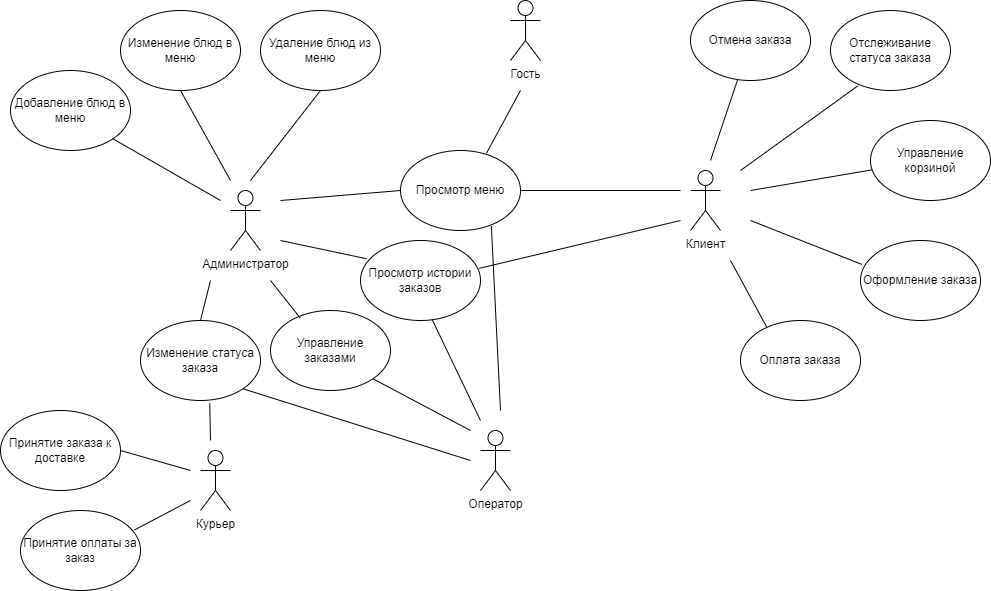
Camikadzeprof/CW-serv keeps this draw.io diagram as usecase.png. Above is the earlier version. Source tidied: cells renumbered, new cells last; positions are measured from the earlier drawing's top-left corner, leaving out a move shared by most shapes. The source it was exported from:
```xml
<mxGraphModel>
  <root>
    <mxCell id="0" />
    <mxCell id="1" parent="0" />
    <mxCell id="2" value="Администратор" style="shape=umlActor;verticalLabelPosition=bottom;verticalAlign=top;html=1;" parent="1" vertex="1">
      <mxGeometry x="230" y="190" width="30" height="60" as="geometry" />
    </mxCell>
    <mxCell id="3" value="Просмотр истории заказов" style="ellipse;whiteSpace=wrap;html=1;" parent="1" vertex="1">
      <mxGeometry x="360" y="240" width="120" height="80" as="geometry" />
    </mxCell>
    <mxCell id="4" value="Добавление блюд в меню" style="ellipse;whiteSpace=wrap;html=1;" parent="1" vertex="1">
      <mxGeometry x="10" y="70" width="120" height="80" as="geometry" />
    </mxCell>
    <mxCell id="5" value="Изменение блюд в меню" style="ellipse;whiteSpace=wrap;html=1;" parent="1" vertex="1">
      <mxGeometry x="120" y="10" width="120" height="80" as="geometry" />
    </mxCell>
    <mxCell id="6" value="Удаление блюд из меню" style="ellipse;whiteSpace=wrap;html=1;" parent="1" vertex="1">
      <mxGeometry x="260" y="10" width="120" height="80" as="geometry" />
    </mxCell>
    <mxCell id="7" value="Управление заказами" style="ellipse;whiteSpace=wrap;html=1;" parent="1" vertex="1">
      <mxGeometry x="270" y="310" width="120" height="80" as="geometry" />
    </mxCell>
    <mxCell id="8" value="Изменение статуса заказа" style="ellipse;whiteSpace=wrap;html=1;" parent="1" vertex="1">
      <mxGeometry x="140" y="320" width="120" height="80" as="geometry" />
    </mxCell>
    <mxCell id="9" value="Просмотр меню" style="ellipse;whiteSpace=wrap;html=1;" parent="1" vertex="1">
      <mxGeometry x="400" y="150" width="120" height="80" as="geometry" />
    </mxCell>
    <mxCell id="10" value="Принятие заказа к доставке" style="ellipse;whiteSpace=wrap;html=1;" parent="1" vertex="1">
      <mxGeometry y="410" width="120" height="80" as="geometry" />
    </mxCell>
    <mxCell id="11" value="Отмена заказа" style="ellipse;whiteSpace=wrap;html=1;" parent="1" vertex="1">
      <mxGeometry x="690" width="120" height="80" as="geometry" />
    </mxCell>
    <mxCell id="12" value="Отслеживание статуса заказа" style="ellipse;whiteSpace=wrap;html=1;" parent="1" vertex="1">
      <mxGeometry x="830" y="10" width="120" height="80" as="geometry" />
    </mxCell>
    <mxCell id="13" style="endArrow=none;html=1;rounded=0;entryX=1;entryY=1;entryDx=0;entryDy=0;" parent="1" edge="1" target="4">
      <mxGeometry relative="1" as="geometry">
        <mxPoint x="220" y="200" as="sourcePoint" />
      </mxGeometry>
    </mxCell>
    <mxCell id="14" style="endArrow=none;html=1;rounded=0;exitX=0.5;exitY=1;exitDx=0;exitDy=0;" parent="1" edge="1" source="5">
      <mxGeometry relative="1" as="geometry">
        <mxPoint x="230" y="180" as="targetPoint" />
      </mxGeometry>
    </mxCell>
    <mxCell id="15" style="endArrow=none;html=1;rounded=0;entryX=0.5;entryY=1;entryDx=0;entryDy=0;" parent="1" edge="1" target="6">
      <mxGeometry relative="1" as="geometry">
        <mxPoint x="250" y="180" as="sourcePoint" />
      </mxGeometry>
    </mxCell>
    <mxCell id="16" style="endArrow=none;html=1;rounded=0;entryX=0;entryY=0.5;entryDx=0;entryDy=0;" parent="1" edge="1" target="9">
      <mxGeometry relative="1" as="geometry">
        <mxPoint x="280" y="200" as="sourcePoint" />
      </mxGeometry>
    </mxCell>
    <mxCell id="17" style="endArrow=none;html=1;rounded=0;entryX=0.05;entryY=0.228;entryDx=0;entryDy=0;entryPerimeter=0;" parent="1" edge="1" target="3">
      <mxGeometry relative="1" as="geometry">
        <mxPoint x="280" y="240" as="sourcePoint" />
      </mxGeometry>
    </mxCell>
    <mxCell id="18" style="endArrow=none;html=1;rounded=0;exitX=0.247;exitY=0.093;exitDx=0;exitDy=0;exitPerimeter=0;" parent="1" edge="1" source="7">
      <mxGeometry relative="1" as="geometry">
        <mxPoint x="270" y="280" as="targetPoint" />
      </mxGeometry>
    </mxCell>
    <mxCell id="19" style="endArrow=none;html=1;rounded=0;entryX=0.5;entryY=0;entryDx=0;entryDy=0;" parent="1" edge="1" target="8">
      <mxGeometry relative="1" as="geometry">
        <mxPoint x="210" y="280" as="sourcePoint" />
      </mxGeometry>
    </mxCell>
    <mxCell id="20" value="Курьер" style="shape=umlActor;verticalLabelPosition=bottom;verticalAlign=top;html=1;" parent="1" vertex="1">
      <mxGeometry x="200" y="450" width="30" height="60" as="geometry" />
    </mxCell>
    <mxCell id="21" value="Принятие оплаты за заказ" style="ellipse;whiteSpace=wrap;html=1;" parent="1" vertex="1">
      <mxGeometry x="20" y="510" width="120" height="80" as="geometry" />
    </mxCell>
    <mxCell id="22" style="endArrow=none;html=1;rounded=0;entryX=0.577;entryY=1.038;entryDx=0;entryDy=0;entryPerimeter=0;" parent="1" edge="1" target="8">
      <mxGeometry relative="1" as="geometry">
        <mxPoint x="210" y="440" as="sourcePoint" />
      </mxGeometry>
    </mxCell>
    <mxCell id="23" style="endArrow=none;html=1;rounded=0;exitX=1;exitY=0.5;exitDx=0;exitDy=0;" parent="1" edge="1" source="10">
      <mxGeometry relative="1" as="geometry">
        <mxPoint x="190" y="470" as="targetPoint" />
      </mxGeometry>
    </mxCell>
    <mxCell id="24" style="endArrow=none;html=1;rounded=0;exitX=0.95;exitY=0.243;exitDx=0;exitDy=0;exitPerimeter=0;" parent="1" edge="1" source="21">
      <mxGeometry relative="1" as="geometry">
        <mxPoint x="190" y="500" as="targetPoint" />
      </mxGeometry>
    </mxCell>
    <mxCell id="25" value="Оператор" style="shape=umlActor;verticalLabelPosition=bottom;verticalAlign=top;html=1;" parent="1" vertex="1">
      <mxGeometry x="480" y="430" width="30" height="60" as="geometry" />
    </mxCell>
    <mxCell id="26" style="endArrow=none;html=1;rounded=0;exitX=1;exitY=1;exitDx=0;exitDy=0;" parent="1" edge="1" source="8">
      <mxGeometry relative="1" as="geometry">
        <mxPoint x="470" y="460" as="targetPoint" />
      </mxGeometry>
    </mxCell>
    <mxCell id="27" style="endArrow=none;html=1;rounded=0;entryX=1;entryY=1;entryDx=0;entryDy=0;" parent="1" edge="1" target="7">
      <mxGeometry relative="1" as="geometry">
        <mxPoint x="470" y="430" as="sourcePoint" />
      </mxGeometry>
    </mxCell>
    <mxCell id="28" style="endArrow=none;html=1;rounded=0;entryX=0.597;entryY=0.988;entryDx=0;entryDy=0;entryPerimeter=0;" parent="1" edge="1" target="3">
      <mxGeometry relative="1" as="geometry">
        <mxPoint x="480" y="420" as="sourcePoint" />
      </mxGeometry>
    </mxCell>
    <mxCell id="29" style="endArrow=none;html=1;rounded=0;entryX=0.757;entryY=0.942;entryDx=0;entryDy=0;entryPerimeter=0;" parent="1" edge="1" target="9">
      <mxGeometry relative="1" as="geometry">
        <mxPoint x="500" y="410" as="sourcePoint" />
      </mxGeometry>
    </mxCell>
    <mxCell id="30" value="Клиент" style="shape=umlActor;verticalLabelPosition=bottom;verticalAlign=top;html=1;" parent="1" vertex="1">
      <mxGeometry x="690" y="170" width="30" height="60" as="geometry" />
    </mxCell>
    <mxCell id="31" value="Управление корзиной" style="ellipse;whiteSpace=wrap;html=1;" parent="1" vertex="1">
      <mxGeometry x="870" y="120" width="120" height="80" as="geometry" />
    </mxCell>
    <mxCell id="32" value="Оформление заказа" style="ellipse;whiteSpace=wrap;html=1;" parent="1" vertex="1">
      <mxGeometry x="860" y="240" width="120" height="80" as="geometry" />
    </mxCell>
    <mxCell id="33" value="Оплата заказа" style="ellipse;whiteSpace=wrap;html=1;" parent="1" vertex="1">
      <mxGeometry x="740" y="320" width="120" height="80" as="geometry" />
    </mxCell>
    <mxCell id="34" style="endArrow=none;html=1;rounded=0;entryX=0.393;entryY=0.988;entryDx=0;entryDy=0;entryPerimeter=0;" parent="1" edge="1" target="11">
      <mxGeometry relative="1" as="geometry">
        <mxPoint x="710" y="160" as="sourcePoint" />
      </mxGeometry>
    </mxCell>
    <mxCell id="35" style="endArrow=none;html=1;rounded=0;entryX=0.227;entryY=0.943;entryDx=0;entryDy=0;entryPerimeter=0;" parent="1" edge="1" target="12">
      <mxGeometry relative="1" as="geometry">
        <mxPoint x="740" y="170" as="sourcePoint" />
      </mxGeometry>
    </mxCell>
    <mxCell id="36" style="endArrow=none;html=1;rounded=0;entryX=0.013;entryY=0.617;entryDx=0;entryDy=0;entryPerimeter=0;" parent="1" edge="1" target="31">
      <mxGeometry relative="1" as="geometry">
        <mxPoint x="750" y="190" as="sourcePoint" />
      </mxGeometry>
    </mxCell>
    <mxCell id="37" style="endArrow=none;html=1;rounded=0;entryX=0.01;entryY=0.298;entryDx=0;entryDy=0;entryPerimeter=0;" parent="1" edge="1" target="32">
      <mxGeometry relative="1" as="geometry">
        <mxPoint x="750" y="220" as="sourcePoint" />
      </mxGeometry>
    </mxCell>
    <mxCell id="38" style="endArrow=none;html=1;rounded=0;entryX=0.217;entryY=0.078;entryDx=0;entryDy=0;entryPerimeter=0;" parent="1" edge="1" target="33">
      <mxGeometry relative="1" as="geometry">
        <mxPoint x="730" y="260" as="sourcePoint" />
      </mxGeometry>
    </mxCell>
    <mxCell id="39" value="Гость" style="shape=umlActor;verticalLabelPosition=bottom;verticalAlign=top;html=1;" parent="1" vertex="1">
      <mxGeometry x="510" width="30" height="60" as="geometry" />
    </mxCell>
    <mxCell id="40" style="endArrow=none;html=1;rounded=0;exitX=0.717;exitY=0.033;exitDx=0;exitDy=0;exitPerimeter=0;" parent="1" edge="1" source="9">
      <mxGeometry relative="1" as="geometry">
        <mxPoint x="520" y="90" as="targetPoint" />
      </mxGeometry>
    </mxCell>
    <mxCell id="41" style="endArrow=none;html=1;rounded=0;exitX=1;exitY=0.5;exitDx=0;exitDy=0;" parent="1" edge="1" source="9">
      <mxGeometry relative="1" as="geometry">
        <mxPoint x="680" y="190" as="targetPoint" />
      </mxGeometry>
    </mxCell>
    <mxCell id="42" style="endArrow=none;html=1;rounded=0;exitX=0.99;exitY=0.348;exitDx=0;exitDy=0;exitPerimeter=0;" parent="1" edge="1" source="3">
      <mxGeometry relative="1" as="geometry">
        <mxPoint x="680" y="220" as="targetPoint" />
      </mxGeometry>
    </mxCell>
  </root>
</mxGraphModel>
```
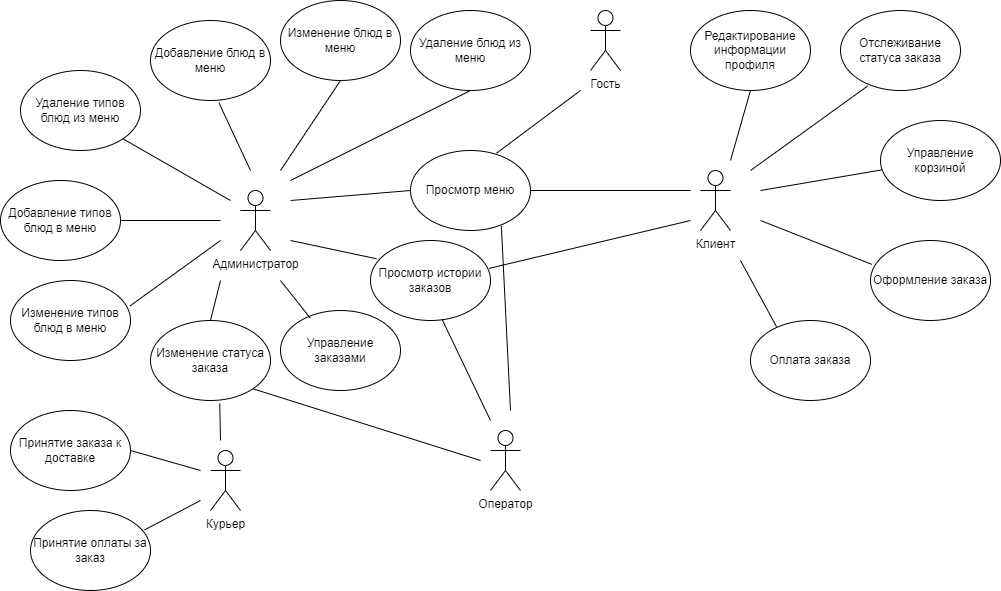
The same diagram one commit later.

Change to the diagram source:
```diff
@@ -8,14 +8,14 @@
     <mxCell id="3" value="Просмотр истории заказов" style="ellipse;whiteSpace=wrap;html=1;" parent="1" vertex="1">
       <mxGeometry x="360" y="240" width="120" height="80" as="geometry" />
     </mxCell>
-    <mxCell id="4" value="Добавление блюд в меню" style="ellipse;whiteSpace=wrap;html=1;" parent="1" vertex="1">
+    <mxCell id="4" value="Удаление типов блюд из меню" style="ellipse;whiteSpace=wrap;html=1;" parent="1" vertex="1">
       <mxGeometry x="10" y="70" width="120" height="80" as="geometry" />
     </mxCell>
     <mxCell id="5" value="Изменение блюд в меню" style="ellipse;whiteSpace=wrap;html=1;" parent="1" vertex="1">
-      <mxGeometry x="120" y="10" width="120" height="80" as="geometry" />
+      <mxGeometry x="270" width="120" height="80" as="geometry" />
     </mxCell>
     <mxCell id="6" value="Удаление блюд из меню" style="ellipse;whiteSpace=wrap;html=1;" parent="1" vertex="1">
-      <mxGeometry x="260" y="10" width="120" height="80" as="geometry" />
+      <mxGeometry x="400" y="10" width="120" height="80" as="geometry" />
     </mxCell>
     <mxCell id="7" value="Управление заказами" style="ellipse;whiteSpace=wrap;html=1;" parent="1" vertex="1">
       <mxGeometry x="270" y="310" width="120" height="80" as="geometry" />
@@ -29,9 +29,6 @@
     <mxCell id="10" value="Принятие заказа к доставке" style="ellipse;whiteSpace=wrap;html=1;" parent="1" vertex="1">
       <mxGeometry y="410" width="120" height="80" as="geometry" />
     </mxCell>
-    <mxCell id="11" value="Отмена заказа" style="ellipse;whiteSpace=wrap;html=1;" parent="1" vertex="1">
-      <mxGeometry x="690" width="120" height="80" as="geometry" />
-    </mxCell>
     <mxCell id="12" value="Отслеживание статуса заказа" style="ellipse;whiteSpace=wrap;html=1;" parent="1" vertex="1">
       <mxGeometry x="830" y="10" width="120" height="80" as="geometry" />
     </mxCell>
@@ -42,12 +39,12 @@
     </mxCell>
     <mxCell id="14" style="endArrow=none;html=1;rounded=0;exitX=0.5;exitY=1;exitDx=0;exitDy=0;" parent="1" edge="1" source="5">
       <mxGeometry relative="1" as="geometry">
-        <mxPoint x="230" y="180" as="targetPoint" />
+        <mxPoint x="270" y="170" as="targetPoint" />
       </mxGeometry>
     </mxCell>
     <mxCell id="15" style="endArrow=none;html=1;rounded=0;entryX=0.5;entryY=1;entryDx=0;entryDy=0;" parent="1" edge="1" target="6">
       <mxGeometry relative="1" as="geometry">
-        <mxPoint x="250" y="180" as="sourcePoint" />
+        <mxPoint x="280" y="180" as="sourcePoint" />
       </mxGeometry>
     </mxCell>
     <mxCell id="16" style="endArrow=none;html=1;rounded=0;entryX=0;entryY=0.5;entryDx=0;entryDy=0;" parent="1" edge="1" target="9">
@@ -99,11 +96,6 @@
         <mxPoint x="470" y="460" as="targetPoint" />
       </mxGeometry>
     </mxCell>
-    <mxCell id="27" style="endArrow=none;html=1;rounded=0;entryX=1;entryY=1;entryDx=0;entryDy=0;" parent="1" edge="1" target="7">
-      <mxGeometry relative="1" as="geometry">
-        <mxPoint x="470" y="430" as="sourcePoint" />
-      </mxGeometry>
-    </mxCell>
     <mxCell id="28" style="endArrow=none;html=1;rounded=0;entryX=0.597;entryY=0.988;entryDx=0;entryDy=0;entryPerimeter=0;" parent="1" edge="1" target="3">
       <mxGeometry relative="1" as="geometry">
         <mxPoint x="480" y="420" as="sourcePoint" />
@@ -126,11 +118,6 @@
     <mxCell id="33" value="Оплата заказа" style="ellipse;whiteSpace=wrap;html=1;" parent="1" vertex="1">
       <mxGeometry x="740" y="320" width="120" height="80" as="geometry" />
     </mxCell>
-    <mxCell id="34" style="endArrow=none;html=1;rounded=0;entryX=0.393;entryY=0.988;entryDx=0;entryDy=0;entryPerimeter=0;" parent="1" edge="1" target="11">
-      <mxGeometry relative="1" as="geometry">
-        <mxPoint x="710" y="160" as="sourcePoint" />
-      </mxGeometry>
-    </mxCell>
     <mxCell id="35" style="endArrow=none;html=1;rounded=0;entryX=0.227;entryY=0.943;entryDx=0;entryDy=0;entryPerimeter=0;" parent="1" edge="1" target="12">
       <mxGeometry relative="1" as="geometry">
         <mxPoint x="740" y="170" as="sourcePoint" />
@@ -152,11 +139,11 @@
       </mxGeometry>
     </mxCell>
     <mxCell id="39" value="Гость" style="shape=umlActor;verticalLabelPosition=bottom;verticalAlign=top;html=1;" parent="1" vertex="1">
-      <mxGeometry x="510" width="30" height="60" as="geometry" />
+      <mxGeometry x="580" y="10" width="30" height="60" as="geometry" />
     </mxCell>
     <mxCell id="40" style="endArrow=none;html=1;rounded=0;exitX=0.717;exitY=0.033;exitDx=0;exitDy=0;exitPerimeter=0;" parent="1" edge="1" source="9">
       <mxGeometry relative="1" as="geometry">
-        <mxPoint x="520" y="90" as="targetPoint" />
+        <mxPoint x="570" y="90" as="targetPoint" />
       </mxGeometry>
     </mxCell>
     <mxCell id="41" style="endArrow=none;html=1;rounded=0;exitX=1;exitY=0.5;exitDx=0;exitDy=0;" parent="1" edge="1" source="9">
@@ -169,5 +156,37 @@
         <mxPoint x="680" y="220" as="targetPoint" />
       </mxGeometry>
     </mxCell>
+    <mxCell id="43" value="Добавление типов блюд в меню" style="ellipse;whiteSpace=wrap;html=1;" parent="1" vertex="1">
+      <mxGeometry x="-10" y="180" width="120" height="80" as="geometry" />
+    </mxCell>
+    <mxCell id="44" style="endArrow=none;html=1;rounded=0;exitX=1;exitY=0.5;exitDx=0;exitDy=0;" parent="1" edge="1" source="43">
+      <mxGeometry relative="1" as="geometry">
+        <mxPoint x="210" y="220" as="targetPoint" />
+      </mxGeometry>
+    </mxCell>
+    <mxCell id="45" value="Изменение типов блюд в меню" style="ellipse;whiteSpace=wrap;html=1;" parent="1" vertex="1">
+      <mxGeometry y="280" width="120" height="80" as="geometry" />
+    </mxCell>
+    <mxCell id="46" style="endArrow=none;html=1;rounded=0;exitX=0.997;exitY=0.317;exitDx=0;exitDy=0;exitPerimeter=0;" parent="1" edge="1" source="45">
+      <mxGeometry relative="1" as="geometry">
+        <mxPoint x="210" y="240" as="targetPoint" />
+      </mxGeometry>
+    </mxCell>
+    <mxCell id="47" value="Добавление блюд в меню" style="ellipse;whiteSpace=wrap;html=1;" parent="1" vertex="1">
+      <mxGeometry x="140" y="20" width="120" height="80" as="geometry" />
+    </mxCell>
+    <mxCell id="48" style="endArrow=none;html=1;rounded=0;entryX=0.57;entryY=1.028;entryDx=0;entryDy=0;entryPerimeter=0;" parent="1" edge="1" target="47">
+      <mxGeometry relative="1" as="geometry">
+        <mxPoint x="240" y="170" as="sourcePoint" />
+      </mxGeometry>
+    </mxCell>
+    <mxCell id="49" value="Редактирование информации профиля" style="ellipse;whiteSpace=wrap;html=1;" parent="1" vertex="1">
+      <mxGeometry x="680" y="10" width="120" height="80" as="geometry" />
+    </mxCell>
+    <mxCell id="50" style="endArrow=none;html=1;rounded=0;entryX=0.5;entryY=1;entryDx=0;entryDy=0;" parent="1" edge="1" target="49">
+      <mxGeometry relative="1" as="geometry">
+        <mxPoint x="720" y="160" as="sourcePoint" />
+      </mxGeometry>
+    </mxCell>
   </root>
 </mxGraphModel>
```
